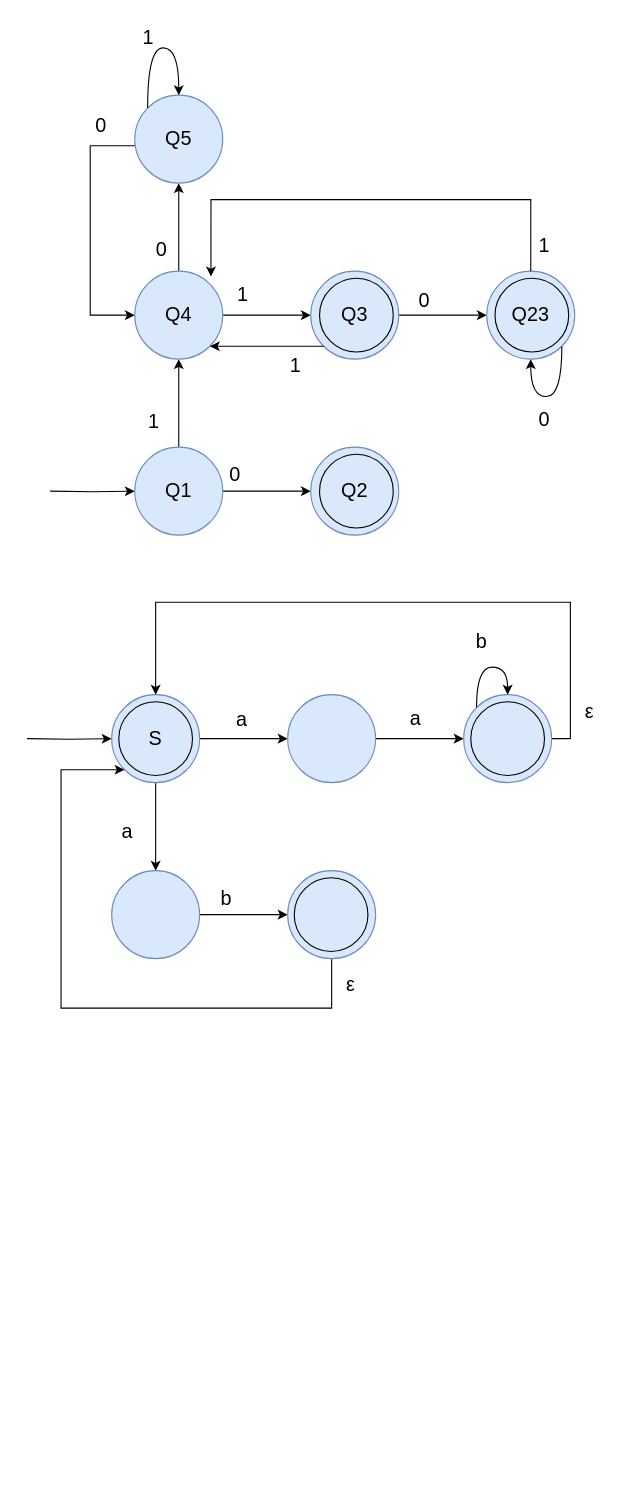
Above: HW5/HW5 diagram .drawio in mohsenkamini/SBU_FLA (draw.io), before the change. Source tidied: cells renumbered, new cells numbered last; positions are measured from the earlier drawing's top-left corner, leaving out a move shared by most shapes. Both pictures are drawn from the tidied source at 110%, with x=0, y=0 at pixel (26, 19).
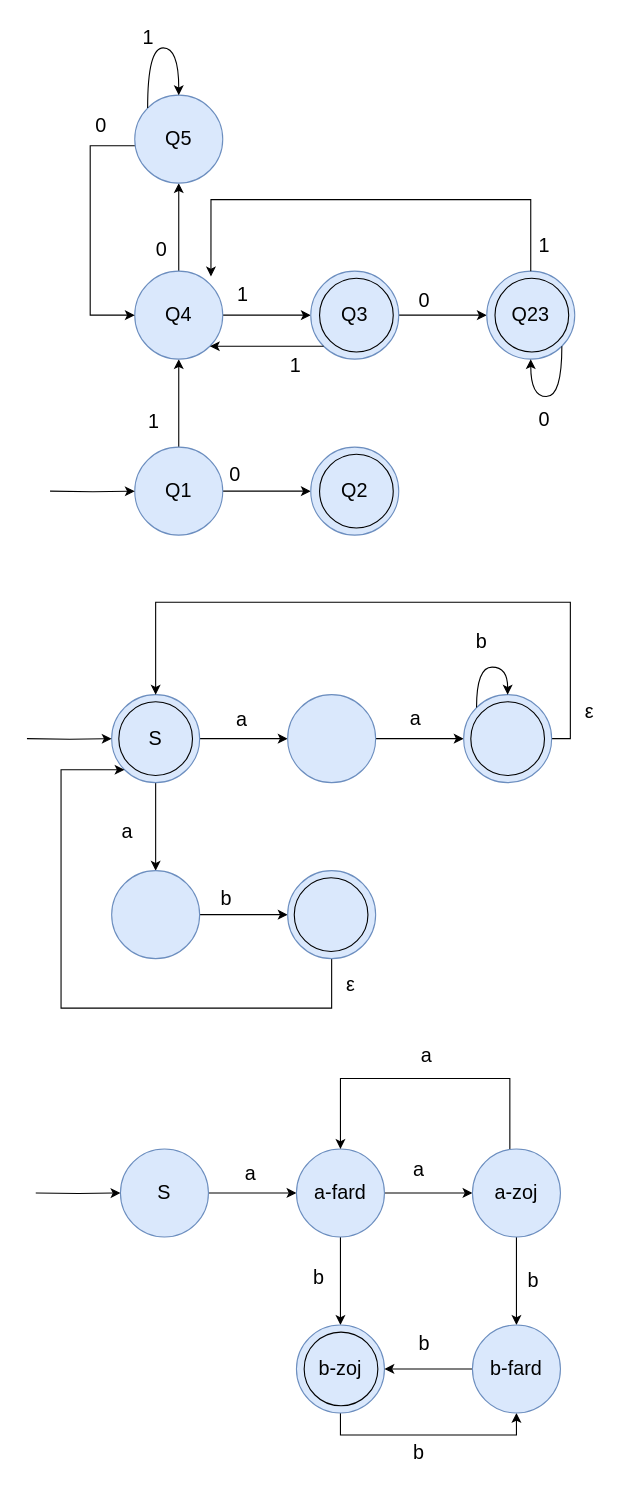
The same page after the edit.

Diff of the diagram source:
```diff
@@
+    <mxCell id="55" style="edgeStyle=orthogonalEdgeStyle;rounded=0;jettySize=auto;html=1;" parent="1" edge="1" source="56" target="60">
+      <mxGeometry relative="1" as="geometry" />
+    </mxCell>
+    <mxCell id="56" value="S" style="ellipse;whiteSpace=wrap;html=1;hachureGap=4;fillColor=#dae8fc;strokeColor=#6c8ebf;rounded=0;fontSize=18;" parent="1" vertex="1">
+      <mxGeometry x="85" y="1027" width="80" height="80" as="geometry" />
+    </mxCell>
+    <mxCell id="57" style="edgeStyle=orthogonalEdgeStyle;rounded=0;jettySize=auto;html=1;fontSize=18;entryX=0;entryY=0.5;entryDx=0;entryDy=0;" parent="1" edge="1" target="56">
+      <mxGeometry relative="1" as="geometry">
+        <mxPoint x="8" y="1067" as="sourcePoint" />
+      </mxGeometry>
+    </mxCell>
+    <mxCell id="58" style="edgeStyle=orthogonalEdgeStyle;rounded=0;jettySize=auto;html=1;" parent="1" edge="1" source="60" target="64">
+      <mxGeometry relative="1" as="geometry" />
+    </mxCell>
+    <mxCell id="59" style="edgeStyle=orthogonalEdgeStyle;rounded=0;jettySize=auto;html=1;fontFamily=Helvetica;fontSize=18;fontColor=default;" parent="1" edge="1" source="60" target="68">
+      <mxGeometry relative="1" as="geometry" />
+    </mxCell>
+    <mxCell id="60" value="a-fard" style="ellipse;whiteSpace=wrap;html=1;hachureGap=4;fillColor=#dae8fc;strokeColor=#6c8ebf;rounded=0;fontSize=18;" parent="1" vertex="1">
+      <mxGeometry x="245" y="1027" width="80" height="80" as="geometry" />
+    </mxCell>
+    <mxCell id="61" value="a" style="text;html=1;align=center;verticalAlign=middle;strokeColor=none;fillColor=none;fontFamily=Helvetica;fontSize=18;fontColor=default;" parent="1" vertex="1">
+      <mxGeometry x="189" y="1033" width="28" height="34" as="geometry" />
+    </mxCell>
+    <mxCell id="62" style="edgeStyle=orthogonalEdgeStyle;rounded=0;jettySize=auto;html=1;entryX=0.5;entryY=0;entryDx=0;entryDy=0;fontFamily=Helvetica;fontSize=18;fontColor=default;" parent="1" edge="1" source="64" target="60">
+      <mxGeometry relative="1" as="geometry">
+        <Array as="points">
+          <mxPoint x="439" y="963" />
+          <mxPoint x="285" y="963" />
+        </Array>
+      </mxGeometry>
+    </mxCell>
+    <mxCell id="63" style="edgeStyle=orthogonalEdgeStyle;rounded=0;jettySize=auto;html=1;fontFamily=Helvetica;fontSize=18;fontColor=default;" parent="1" edge="1" source="64" target="71">
+      <mxGeometry relative="1" as="geometry" />
+    </mxCell>
+    <mxCell id="64" value="a-zoj" style="ellipse;whiteSpace=wrap;html=1;hachureGap=4;fillColor=#dae8fc;strokeColor=#6c8ebf;rounded=0;fontSize=18;" parent="1" vertex="1">
+      <mxGeometry x="405" y="1027" width="80" height="80" as="geometry" />
+    </mxCell>
+    <mxCell id="65" value="a" style="text;html=1;align=center;verticalAlign=middle;strokeColor=none;fillColor=none;fontFamily=Helvetica;fontSize=18;fontColor=default;" parent="1" vertex="1">
+      <mxGeometry x="342" y="1029" width="28" height="34" as="geometry" />
+    </mxCell>
+    <mxCell id="66" value="a" style="text;html=1;align=center;verticalAlign=middle;strokeColor=none;fillColor=none;fontFamily=Helvetica;fontSize=18;fontColor=default;" parent="1" vertex="1">
+      <mxGeometry x="349" y="925" width="28" height="34" as="geometry" />
+    </mxCell>
+    <mxCell id="67" style="edgeStyle=orthogonalEdgeStyle;rounded=0;jettySize=auto;html=1;entryX=0.5;entryY=1;entryDx=0;entryDy=0;fontFamily=Helvetica;fontSize=18;fontColor=default;" parent="1" edge="1" source="68" target="71">
+      <mxGeometry relative="1" as="geometry">
+        <Array as="points">
+          <mxPoint x="285" y="1287" />
+          <mxPoint x="445" y="1287" />
+        </Array>
+      </mxGeometry>
+    </mxCell>
+    <mxCell id="68" value="b-zoj" style="ellipse;whiteSpace=wrap;html=1;hachureGap=4;fillColor=#dae8fc;strokeColor=#6c8ebf;rounded=0;fontSize=18;" parent="1" vertex="1">
+      <mxGeometry x="245" y="1187" width="80" height="80" as="geometry" />
+    </mxCell>
+    <mxCell id="69" value="b" style="text;html=1;align=center;verticalAlign=middle;strokeColor=none;fillColor=none;fontFamily=Helvetica;fontSize=18;fontColor=default;" parent="1" vertex="1">
+      <mxGeometry x="251" y="1127" width="28" height="34" as="geometry" />
+    </mxCell>
+    <mxCell id="70" style="edgeStyle=orthogonalEdgeStyle;rounded=0;jettySize=auto;html=1;entryX=1;entryY=0.5;entryDx=0;entryDy=0;fontFamily=Helvetica;fontSize=18;fontColor=default;" parent="1" edge="1" source="71" target="68">
+      <mxGeometry relative="1" as="geometry" />
+    </mxCell>
+    <mxCell id="71" value="b-fard" style="ellipse;whiteSpace=wrap;html=1;hachureGap=4;fillColor=#dae8fc;strokeColor=#6c8ebf;rounded=0;fontSize=18;" parent="1" vertex="1">
+      <mxGeometry x="405" y="1187" width="80" height="80" as="geometry" />
+    </mxCell>
+    <mxCell id="72" value="b" style="text;html=1;align=center;verticalAlign=middle;strokeColor=none;fillColor=none;fontFamily=Helvetica;fontSize=18;fontColor=default;" parent="1" vertex="1">
+      <mxGeometry x="446" y="1130" width="28" height="34" as="geometry" />
+    </mxCell>
+    <mxCell id="73" value="b" style="text;html=1;align=center;verticalAlign=middle;strokeColor=none;fillColor=none;fontFamily=Helvetica;fontSize=18;fontColor=default;" parent="1" vertex="1">
+      <mxGeometry x="347" y="1187" width="28" height="34" as="geometry" />
+    </mxCell>
+    <mxCell id="74" value="b" style="text;html=1;align=center;verticalAlign=middle;strokeColor=none;fillColor=none;fontFamily=Helvetica;fontSize=18;fontColor=default;" parent="1" vertex="1">
+      <mxGeometry x="342" y="1286" width="28" height="34" as="geometry" />
+    </mxCell>
+    <mxCell id="75" style="ellipse;whiteSpace=wrap;html=1;align=center;verticalAlign=middle;fontFamily=Helvetica;fontSize=18;fontColor=default;fillColor=none;gradientColor=none;strokeColor=#000000;" parent="1" vertex="1">
+      <mxGeometry x="252" y="1193.5" width="67" height="67" as="geometry" />
+    </mxCell>
```
